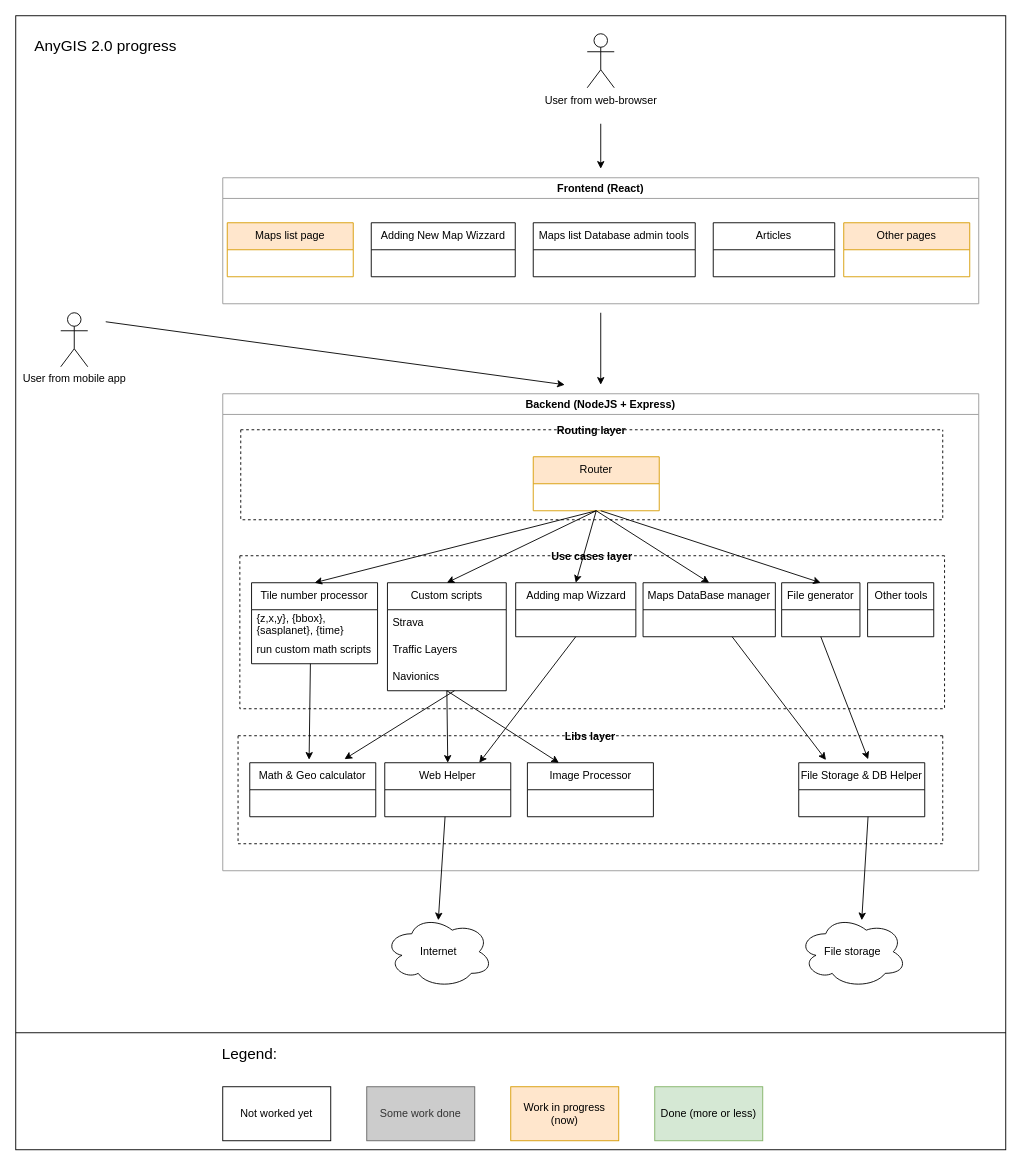
Before: res/uml/AnyGIS2.drawio in nnngrach/AnyGIS2, a draw.io diagram. Source tidied: cells renumbered, new cells numbered last; positions are measured from the earlier drawing's top-left corner, leaving out a move shared by most shapes. Both pictures are drawn from the tidied source at 90%, with x=0, y=0 at pixel (15, 15).
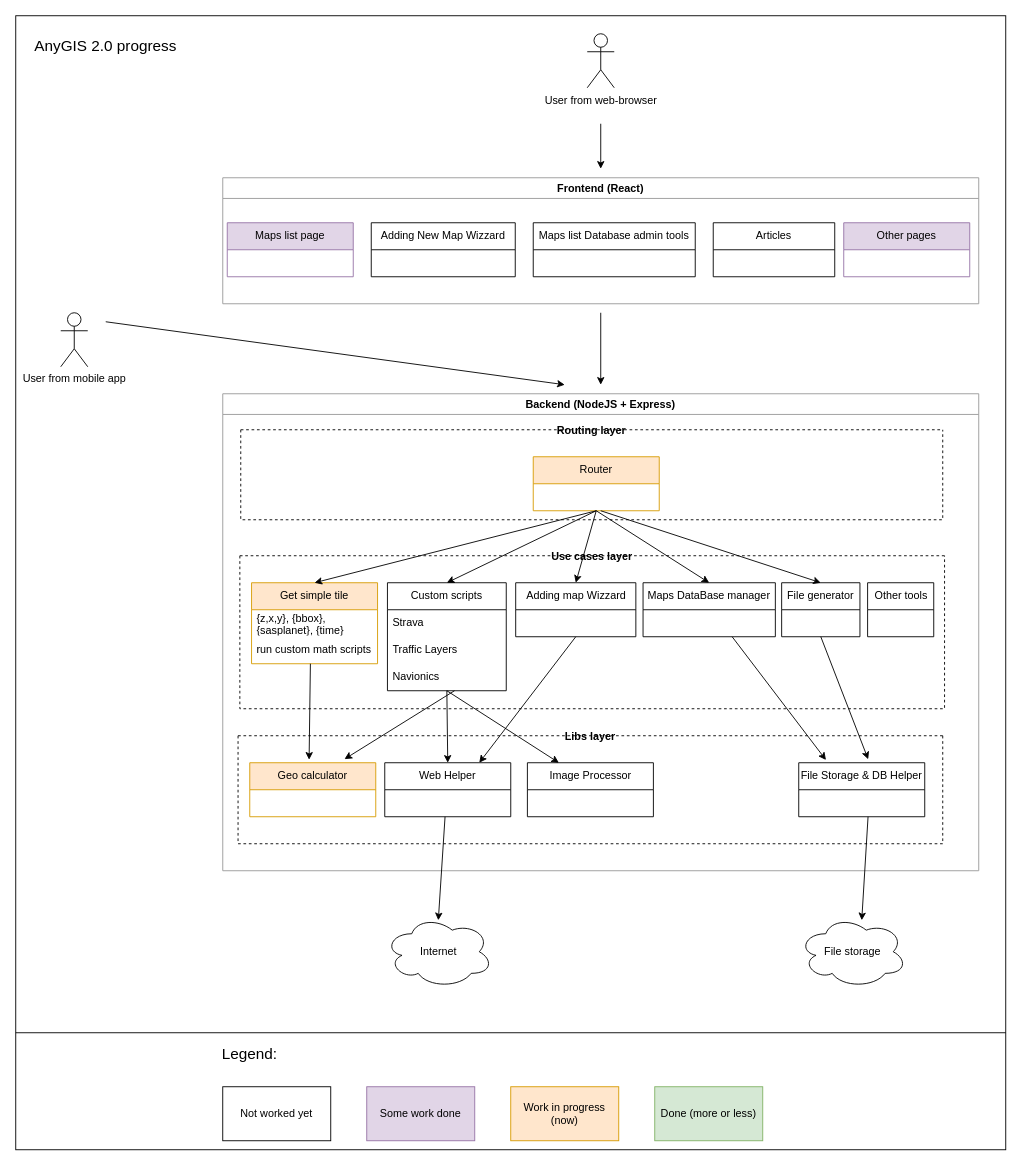
The same page after the edit.

Unchanged cells that the change refers to:
```xml
<mxCell id="3" value="Frontend (React)" style="swimlane;whiteSpace=wrap;html=1;strokeColor=#999999;" parent="1" vertex="1">
  <mxGeometry x="230" y="180" width="840" height="140" as="geometry" />
</mxCell>
<mxCell id="11" value="Use cases layer" style="swimlane;startSize=0;dashed=1;" parent="8" vertex="1">
  <mxGeometry x="19" y="180" width="783" height="170" as="geometry" />
</mxCell>
<mxCell id="24" value="Libs layer" style="swimlane;startSize=0;dashed=1;" parent="8" vertex="1">
  <mxGeometry x="17" y="380" width="783" height="120" as="geometry" />
</mxCell>
```

Change to the diagram source:
```diff
@@
-    <mxCell id="5" value="Maps list page" style="swimlane;fontStyle=0;horizontal=1;startSize=30;whiteSpace=wrap;html=1;fillColor=#ffe6cc;strokeColor=#d79b00;" parent="3" vertex="1">
+    <mxCell id="5" value="Maps list page" style="swimlane;fontStyle=0;horizontal=1;startSize=30;whiteSpace=wrap;html=1;fillColor=#e1d5e7;strokeColor=#9673a6;" parent="3" vertex="1">
       <mxGeometry x="5" y="50" width="140" height="60" as="geometry" />
     </mxCell>
@@
-    <mxCell id="13" value="Tile number processor" style="swimlane;fontStyle=0;horizontal=1;startSize=30;whiteSpace=wrap;html=1;" parent="11" vertex="1">
+    <mxCell id="13" value="Get simple tile" style="swimlane;fontStyle=0;horizontal=1;startSize=30;whiteSpace=wrap;html=1;fillColor=#ffe6cc;strokeColor=#d79b00;" parent="11" vertex="1">
       <mxGeometry x="13" y="30" width="140" height="90" as="geometry" />
     </mxCell>
@@
-    <mxCell id="26" value="Math &amp;amp; Geo calculator" style="swimlane;fontStyle=0;horizontal=1;startSize=30;whiteSpace=wrap;html=1;" parent="24" vertex="1">
+    <mxCell id="26" value="Geo calculator" style="swimlane;fontStyle=0;horizontal=1;startSize=30;whiteSpace=wrap;html=1;fillColor=#ffe6cc;strokeColor=#d79b00;" parent="24" vertex="1">
       <mxGeometry x="13" y="30" width="140" height="60" as="geometry" />
     </mxCell>
@@
-    <mxCell id="49" value="Some work done" style="rounded=0;whiteSpace=wrap;html=1;labelBackgroundColor=none;fillColor=#CCCCCC;strokeColor=#666666;fontColor=#333333;" parent="1" vertex="1">
+    <mxCell id="49" value="Some work done" style="rounded=0;whiteSpace=wrap;html=1;labelBackgroundColor=none;fillColor=#e1d5e7;strokeColor=#9673a6;" parent="1" vertex="1">
       <mxGeometry x="390" y="1190" width="120" height="60" as="geometry" />
     </mxCell>
@@
-    <mxCell id="54" value="Other pages" style="swimlane;fontStyle=0;horizontal=1;startSize=30;whiteSpace=wrap;html=1;fillColor=#ffe6cc;strokeColor=#d79b00;" parent="1" vertex="1">
+    <mxCell id="54" value="Other pages" style="swimlane;fontStyle=0;horizontal=1;startSize=30;whiteSpace=wrap;html=1;fillColor=#e1d5e7;strokeColor=#9673a6;" parent="1" vertex="1">
       <mxGeometry x="920" y="230" width="140" height="60" as="geometry" />
     </mxCell>
```
